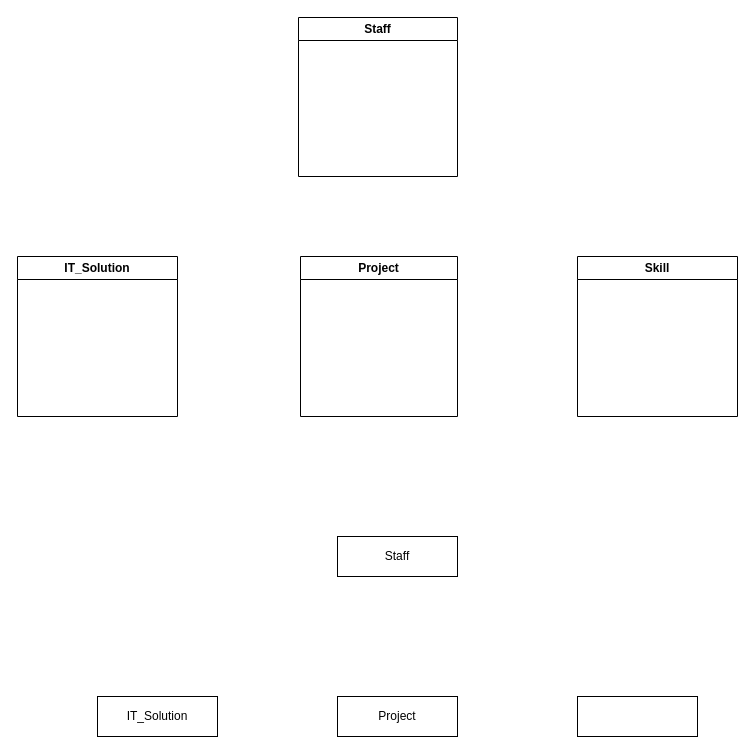
Earlier version of the draw.io diagram Tutorial02_DBS.drawio (Anuja-jayasinghe/DrawIo_Projects). Source tidied: cells renumbered, new cells numbered last; positions are measured from the earlier drawing's top-left corner, leaving out a move shared by most shapes. Both pictures are drawn from the tidied source at 100%, with x=0, y=0 at pixel (17, 17).
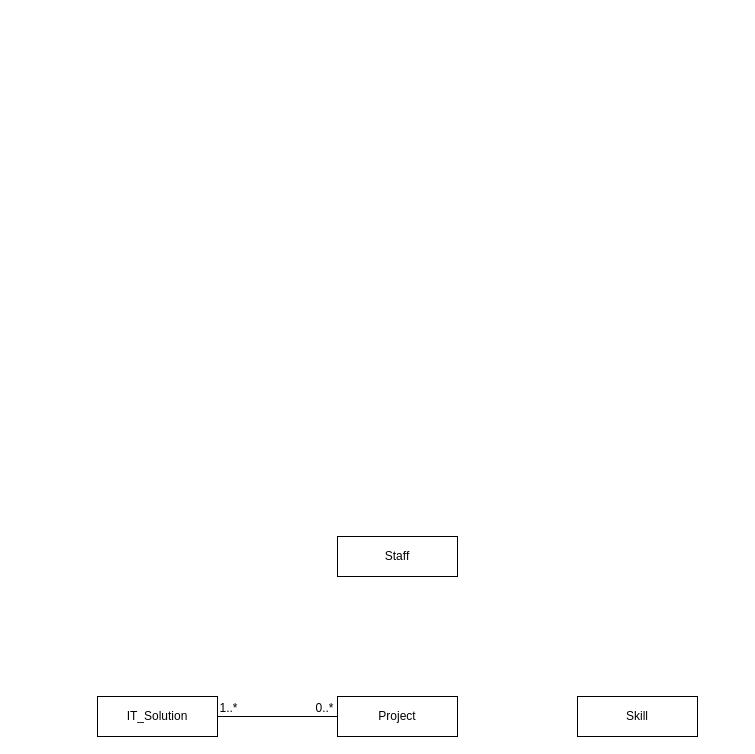
After the change.

Diff of the diagram source:
```diff
@@
 <mxGraphModel>
   <root>
     <mxCell id="0" />
     <mxCell id="1" parent="0" />
-    <mxCell id="2" value="Staff" style="swimlane;whiteSpace=wrap;html=1;" parent="1" vertex="1">
-      <mxGeometry x="281" width="159" height="159" as="geometry" />
-    </mxCell>
-    <mxCell id="3" value="IT_Solution" style="swimlane;whiteSpace=wrap;html=1;" parent="1" vertex="1">
-      <mxGeometry y="239" width="160" height="160" as="geometry" />
-    </mxCell>
-    <mxCell id="4" value="Project" style="swimlane;whiteSpace=wrap;html=1;" parent="1" vertex="1">
-      <mxGeometry x="283" y="239" width="157" height="160" as="geometry" />
-    </mxCell>
-    <mxCell id="5" value="Skill" style="swimlane;whiteSpace=wrap;html=1;" parent="1" vertex="1">
-      <mxGeometry x="560" y="239" width="160" height="160" as="geometry" />
-    </mxCell>
     <mxCell id="6" value="Staff" style="rounded=0;whiteSpace=wrap;html=1;" parent="1" vertex="1">
       <mxGeometry x="320" y="519" width="120" height="40" as="geometry" />
     </mxCell>
     <mxCell id="7" value="Project" style="rounded=0;whiteSpace=wrap;html=1;" parent="1" vertex="1">
       <mxGeometry x="320" y="679" width="120" height="40" as="geometry" />
     </mxCell>
     <mxCell id="8" value="IT_Solution" style="rounded=0;whiteSpace=wrap;html=1;" parent="1" vertex="1">
       <mxGeometry x="80" y="679" width="120" height="40" as="geometry" />
     </mxCell>
-    <mxCell id="9" style="rounded=0;whiteSpace=wrap;html=1;" parent="1" vertex="1">
+    <mxCell id="9" value="Skill" style="rounded=0;whiteSpace=wrap;html=1;" parent="1" vertex="1">
       <mxGeometry x="560" y="679" width="120" height="40" as="geometry" />
     </mxCell>
+    <mxCell id="10" style="endArrow=none;html=1;rounded=0;" parent="1" edge="1" source="8" target="7">
+      <mxGeometry relative="1" as="geometry" />
+    </mxCell>
+    <mxCell id="11" value="0..*" style="text;html=1;align=center;verticalAlign=middle;strokeColor=none;fillColor=none;" parent="1" vertex="1">
+      <mxGeometry x="287" y="676" width="40" height="30" as="geometry" />
+    </mxCell>
+    <mxCell id="12" value="1..*" style="text;html=1;align=center;verticalAlign=middle;strokeColor=none;fillColor=none;" parent="1" vertex="1">
+      <mxGeometry x="191" y="676" width="40" height="30" as="geometry" />
+    </mxCell>
   </root>
 </mxGraphModel>
```
